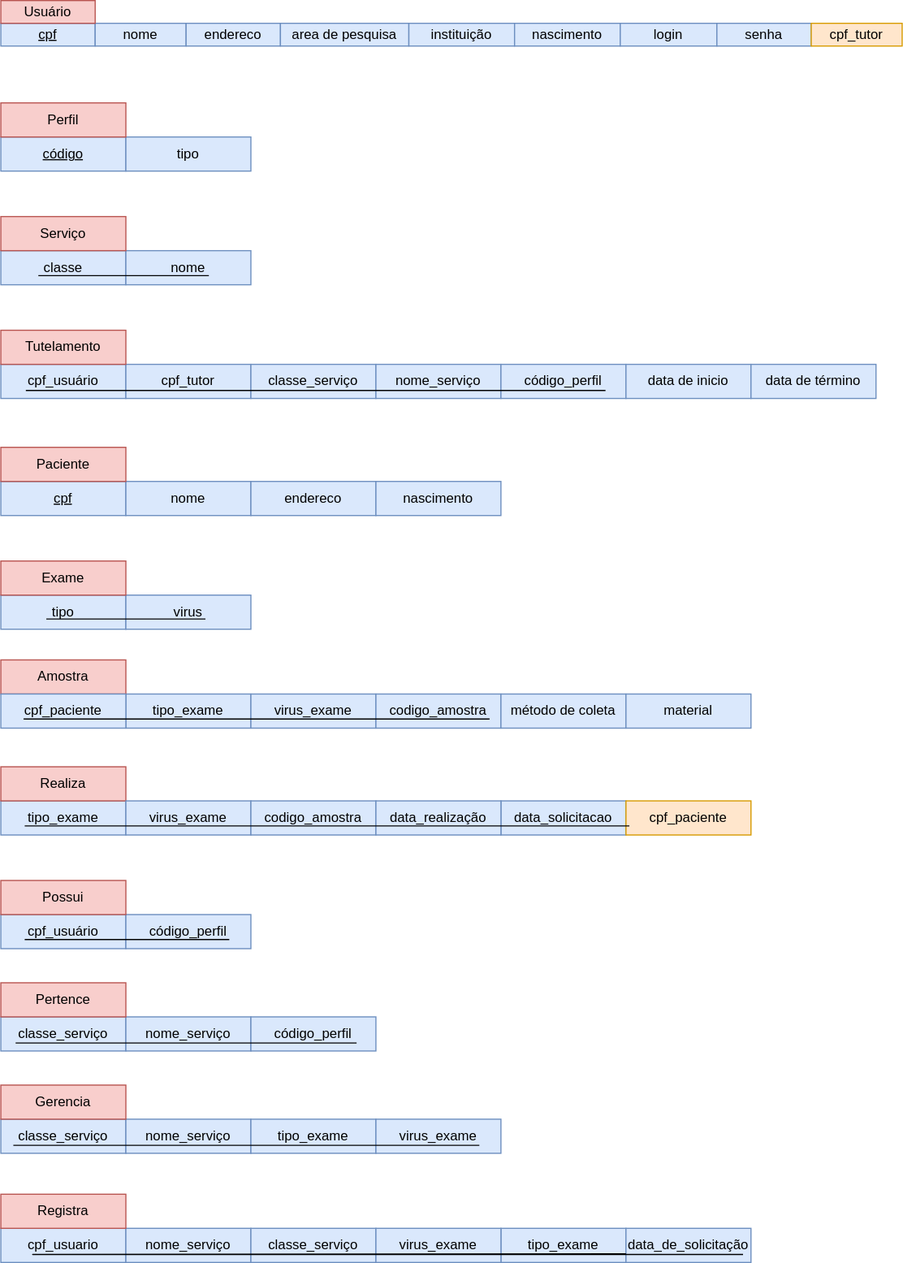
This is model/modelo-logico.svg from rodorgas/labjef, a draw.io export, as it was before one commit. Source tidied: cells renumbered, new cells last; positions are measured from the earlier drawing's top-left corner, leaving out a move shared by most shapes.
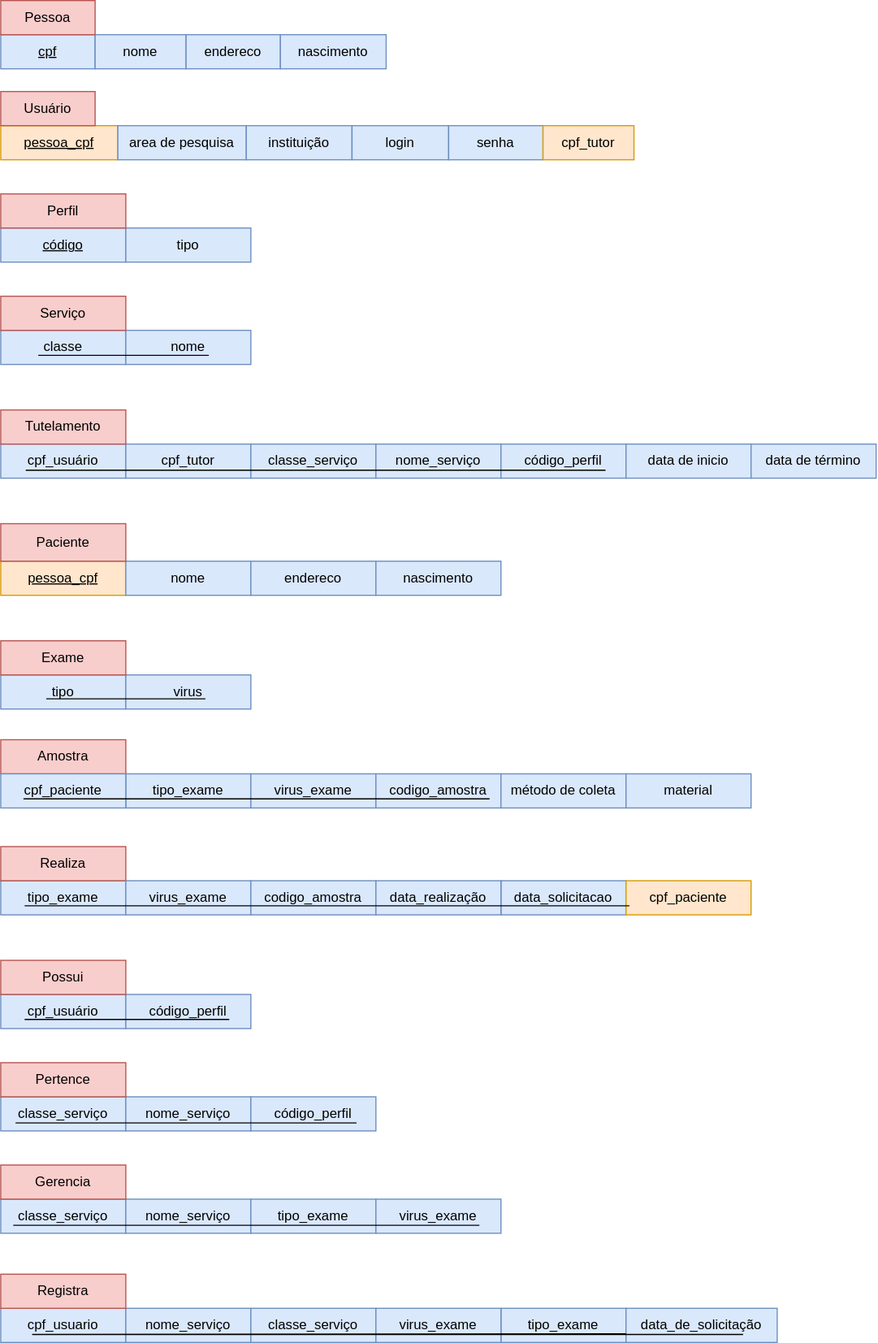
Later version of the same file.

The edit, as a diff of the source:
```diff
@@ -8,41 +8,32 @@
     <mxCell id="3" value="tipo_exame" style="rounded=0;whiteSpace=wrap;html=1;fillColor=#dae8fc;strokeColor=#6c8ebf;" parent="1" vertex="1">
       <mxGeometry x="440" y="1080" width="110" height="30" as="geometry" />
     </mxCell>
-    <mxCell id="4" value="&lt;u&gt;cpf&lt;/u&gt;" style="rounded=0;whiteSpace=wrap;html=1;fillColor=#dae8fc;strokeColor=#6c8ebf;" parent="1" vertex="1">
-      <mxGeometry y="20" width="83" height="20" as="geometry" />
+    <mxCell id="4" value="&lt;u&gt;pessoa_cpf&lt;/u&gt;" style="rounded=0;whiteSpace=wrap;html=1;fillColor=#ffe6cc;strokeColor=#d79b00;" parent="1" vertex="1">
+      <mxGeometry y="40" width="103" height="30" as="geometry" />
     </mxCell>
-    <mxCell id="5" value="nome" style="rounded=0;whiteSpace=wrap;html=1;fillColor=#dae8fc;strokeColor=#6c8ebf;" parent="1" vertex="1">
-      <mxGeometry x="83" y="20" width="80" height="20" as="geometry" />
-    </mxCell>
     <mxCell id="6" value="Usuário" style="rounded=0;whiteSpace=wrap;html=1;fillColor=#f8cecc;strokeColor=#b85450;" parent="1" vertex="1">
-      <mxGeometry width="83" height="20" as="geometry" />
+      <mxGeometry y="10" width="83" height="30" as="geometry" />
     </mxCell>
-    <mxCell id="7" value="endereco" style="rounded=0;whiteSpace=wrap;html=1;fillColor=#dae8fc;strokeColor=#6c8ebf;" parent="1" vertex="1">
-      <mxGeometry x="163" y="20" width="83" height="20" as="geometry" />
-    </mxCell>
     <mxCell id="8" value="area de pesquisa" style="rounded=0;whiteSpace=wrap;html=1;fillColor=#dae8fc;strokeColor=#6c8ebf;" parent="1" vertex="1">
-      <mxGeometry x="246" y="20" width="113" height="20" as="geometry" />
+      <mxGeometry x="103" y="40" width="113" height="30" as="geometry" />
     </mxCell>
     <mxCell id="9" value="instituição" style="rounded=0;whiteSpace=wrap;html=1;fillColor=#dae8fc;strokeColor=#6c8ebf;" parent="1" vertex="1">
-      <mxGeometry x="359" y="20" width="93" height="20" as="geometry" />
+      <mxGeometry x="216" y="40" width="93" height="30" as="geometry" />
     </mxCell>
-    <mxCell id="10" value="nascimento" style="rounded=0;whiteSpace=wrap;html=1;fillColor=#dae8fc;strokeColor=#6c8ebf;" parent="1" vertex="1">
-      <mxGeometry x="452" y="20" width="93" height="20" as="geometry" />
-    </mxCell>
     <mxCell id="11" value="login" style="rounded=0;whiteSpace=wrap;html=1;fillColor=#dae8fc;strokeColor=#6c8ebf;" parent="1" vertex="1">
-      <mxGeometry x="545" y="20" width="85" height="20" as="geometry" />
+      <mxGeometry x="309" y="40" width="85" height="30" as="geometry" />
     </mxCell>
     <mxCell id="12" value="senha" style="rounded=0;whiteSpace=wrap;html=1;fillColor=#dae8fc;strokeColor=#6c8ebf;" parent="1" vertex="1">
-      <mxGeometry x="630" y="20" width="83" height="20" as="geometry" />
+      <mxGeometry x="394" y="40" width="83" height="30" as="geometry" />
     </mxCell>
     <mxCell id="13" value="&lt;u&gt;código&lt;/u&gt;" style="rounded=0;whiteSpace=wrap;html=1;fillColor=#dae8fc;strokeColor=#6c8ebf;" parent="1" vertex="1">
-      <mxGeometry y="120" width="110" height="30" as="geometry" />
+      <mxGeometry y="130" width="110" height="30" as="geometry" />
     </mxCell>
     <mxCell id="14" value="tipo" style="rounded=0;whiteSpace=wrap;html=1;fillColor=#dae8fc;strokeColor=#6c8ebf;" parent="1" vertex="1">
-      <mxGeometry x="110" y="120" width="110" height="30" as="geometry" />
+      <mxGeometry x="110" y="130" width="110" height="30" as="geometry" />
     </mxCell>
     <mxCell id="15" value="Perfil" style="rounded=0;whiteSpace=wrap;html=1;fillColor=#f8cecc;strokeColor=#b85450;" parent="1" vertex="1">
-      <mxGeometry y="90" width="110" height="30" as="geometry" />
+      <mxGeometry y="100" width="110" height="30" as="geometry" />
     </mxCell>
     <mxCell id="16" value="classe" style="rounded=0;whiteSpace=wrap;html=1;fillColor=#dae8fc;strokeColor=#6c8ebf;" parent="1" vertex="1">
       <mxGeometry y="220" width="110" height="30" as="geometry" />
@@ -53,14 +44,14 @@
     <mxCell id="18" value="Serviço" style="rounded=0;whiteSpace=wrap;html=1;fillColor=#f8cecc;strokeColor=#b85450;" parent="1" vertex="1">
       <mxGeometry y="190" width="110" height="30" as="geometry" />
     </mxCell>
-    <mxCell id="19" value="&lt;u&gt;cpf&lt;/u&gt;" style="rounded=0;whiteSpace=wrap;html=1;fillColor=#dae8fc;strokeColor=#6c8ebf;" parent="1" vertex="1">
+    <mxCell id="19" value="&lt;u&gt;pessoa_cpf&lt;/u&gt;" style="rounded=0;whiteSpace=wrap;html=1;fillColor=#ffe6cc;strokeColor=#d79b00;" parent="1" vertex="1">
       <mxGeometry y="423" width="110" height="30" as="geometry" />
     </mxCell>
     <mxCell id="20" value="nome" style="rounded=0;whiteSpace=wrap;html=1;fillColor=#dae8fc;strokeColor=#6c8ebf;" parent="1" vertex="1">
       <mxGeometry x="110" y="423" width="110" height="30" as="geometry" />
     </mxCell>
     <mxCell id="21" value="Paciente" style="rounded=0;whiteSpace=wrap;html=1;fillColor=#f8cecc;strokeColor=#b85450;" parent="1" vertex="1">
-      <mxGeometry y="393" width="110" height="30" as="geometry" />
+      <mxGeometry y="390" width="110" height="33" as="geometry" />
     </mxCell>
     <mxCell id="22" value="endereco" style="rounded=0;whiteSpace=wrap;html=1;fillColor=#dae8fc;strokeColor=#6c8ebf;" parent="1" vertex="1">
       <mxGeometry x="220" y="423" width="110" height="30" as="geometry" />
@@ -90,7 +81,7 @@
       <mxGeometry x="220" y="704" width="110" height="30" as="geometry" />
     </mxCell>
     <mxCell id="31" value="cpf_tutor" style="rounded=0;whiteSpace=wrap;html=1;fillColor=#ffe6cc;strokeColor=#d79b00;" parent="1" vertex="1">
-      <mxGeometry x="713" y="20" width="80" height="20" as="geometry" />
+      <mxGeometry x="477" y="40" width="80" height="30" as="geometry" />
     </mxCell>
     <mxCell id="32" value="cpf_usuário" style="rounded=0;whiteSpace=wrap;html=1;fillColor=#dae8fc;strokeColor=#6c8ebf;" parent="1" vertex="1">
       <mxGeometry y="804" width="110" height="30" as="geometry" />
@@ -246,7 +237,7 @@
       <mxGeometry x="330" y="1080" width="110" height="30" as="geometry" />
     </mxCell>
     <mxCell id="74" value="data_de_solicitação" style="rounded=0;whiteSpace=wrap;html=1;fillColor=#dae8fc;strokeColor=#6c8ebf;" parent="1" vertex="1">
-      <mxGeometry x="550" y="1080" width="110" height="30" as="geometry" />
+      <mxGeometry x="550" y="1080" width="133" height="30" as="geometry" />
     </mxCell>
     <mxCell id="75" style="endArrow=none;html=1;entryX=0;entryY=0.75;entryDx=0;entryDy=0;" parent="1" edge="1" target="74">
       <mxGeometry relative="1" as="geometry">
@@ -259,5 +250,20 @@
         </Array>
       </mxGeometry>
     </mxCell>
+    <mxCell id="76" value="&lt;u&gt;cpf&lt;/u&gt;" style="rounded=0;whiteSpace=wrap;html=1;fillColor=#dae8fc;strokeColor=#6c8ebf;" parent="1" vertex="1">
+      <mxGeometry y="-40" width="83" height="30" as="geometry" />
+    </mxCell>
+    <mxCell id="5" value="nome" style="rounded=0;whiteSpace=wrap;html=1;fillColor=#dae8fc;strokeColor=#6c8ebf;" parent="1" vertex="1">
+      <mxGeometry x="83" y="-40" width="80" height="30" as="geometry" />
+    </mxCell>
+    <mxCell id="77" value="Pessoa" style="rounded=0;whiteSpace=wrap;html=1;fillColor=#f8cecc;strokeColor=#b85450;" parent="1" vertex="1">
+      <mxGeometry y="-70" width="83" height="30" as="geometry" />
+    </mxCell>
+    <mxCell id="7" value="endereco" style="rounded=0;whiteSpace=wrap;html=1;fillColor=#dae8fc;strokeColor=#6c8ebf;" parent="1" vertex="1">
+      <mxGeometry x="163" y="-40" width="83" height="30" as="geometry" />
+    </mxCell>
+    <mxCell id="10" value="nascimento" style="rounded=0;whiteSpace=wrap;html=1;fillColor=#dae8fc;strokeColor=#6c8ebf;" parent="1" vertex="1">
+      <mxGeometry x="246" y="-40" width="93" height="30" as="geometry" />
+    </mxCell>
   </root>
 </mxGraphModel>
```
